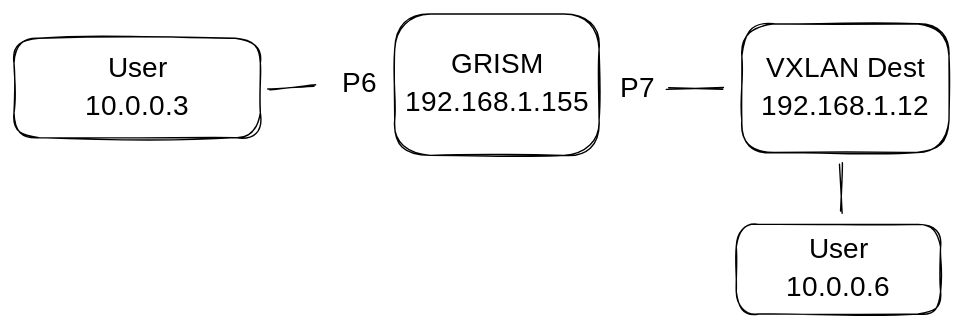
Above: .gitbook/assets/file.excalidraw (1).svg in PacketX/GRISM-XML (Excalidraw), before the change. Source tidied: one line per element, renumbered; positions are measured from the earlier drawing's top-left corner, leaving out a move shared by most shapes.
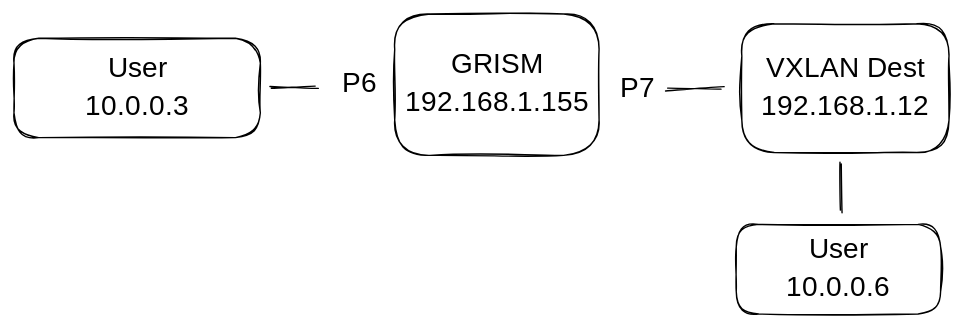
After the change.

The edit, as a diff of the source:
```diff
@@ -1,13 +1,13 @@
-{"id": 0, "type": "rectangle", "strokeColor": "#000000", "strokeWidth": 1, "roughness": 1, "round": true, "x": 272, "y": 0, "width": 146, "height": 101}
+{"id": 13, "type": "rectangle", "strokeColor": "#000000", "strokeWidth": 1, "roughness": 1, "round": true, "x": 272, "y": 0, "width": 146, "height": 101}
-{"id": 1, "type": "text", "text": "GRISM\n192.168.1.155", "strokeColor": "#000000", "strokeWidth": 1, "roughness": 1, "fontSize": 20, "fontFamily": 1, "textAlign": "center", "verticalAlign": "middle", "inside": 0, "x": 286, "y": 24, "width": 119, "height": 54}
+{"id": 1, "type": "text", "text": "GRISM\n192.168.1.155", "strokeColor": "#000000", "strokeWidth": 1, "roughness": 1, "fontSize": 20, "fontFamily": 1, "textAlign": "center", "verticalAlign": "middle", "inside": 13, "x": 286, "y": 23, "width": 119, "height": 54}
-{"id": 2, "type": "rectangle", "strokeColor": "#000000", "strokeWidth": 1, "roughness": 1, "round": true, "x": 520, "y": 7, "width": 148, "height": 92}
+{"id": 14, "type": "rectangle", "strokeColor": "#000000", "strokeWidth": 1, "roughness": 1, "round": true, "x": 520, "y": 7, "width": 148, "height": 92}
-{"id": 3, "type": "text", "text": "VXLAN Dest\n192.168.1.12", "strokeColor": "#000000", "strokeWidth": 1, "roughness": 1, "fontSize": 20, "fontFamily": 1, "textAlign": "center", "verticalAlign": "middle", "inside": 2, "x": 534, "y": 26, "width": 120, "height": 54}
+{"id": 3, "type": "text", "text": "VXLAN Dest\n192.168.1.12", "strokeColor": "#000000", "strokeWidth": 1, "roughness": 1, "fontSize": 20, "fontFamily": 1, "textAlign": "center", "verticalAlign": "middle", "inside": 14, "x": 534, "y": 26, "width": 120, "height": 54}
 {"id": 4, "type": "text", "text": "P6", "strokeColor": "#000000", "strokeWidth": 1, "roughness": 1, "fontSize": 20, "fontFamily": 1, "x": 234, "y": 38, "width": 28, "height": 25}
 {"id": 5, "type": "text", "text": "P7", "strokeColor": "#000000", "strokeWidth": 1, "roughness": 1, "fontSize": 20, "fontFamily": 1, "x": 433, "y": 41, "width": 26, "height": 25}
-{"id": 6, "type": "line", "strokeColor": "#000000", "strokeWidth": 1, "roughness": 1, "round": true, "x": 467, "y": 54, "width": 39, "height": 1, "points": [[0, 0], [39, -1]]}
-{"id": 7, "type": "line", "strokeColor": "#000000", "strokeWidth": 1, "roughness": 1, "round": true, "x": 183, "y": 53, "width": 33, "height": 2, "points": [[0, 0], [33, -2]]}
-{"id": 8, "type": "rectangle", "strokeColor": "#000000", "strokeWidth": 1, "roughness": 1, "round": true, "x": 0, "y": 17, "width": 176, "height": 71}
+{"id": 15, "type": "line", "strokeColor": "#000000", "strokeWidth": 1, "roughness": 1, "round": true, "x": 467, "y": 54, "width": 39, "height": 1, "points": [[0, 0], [39, -1]]}
+{"id": 16, "type": "line", "strokeColor": "#000000", "strokeWidth": 1, "roughness": 1, "round": true, "x": 183, "y": 53, "width": 33, "height": 2, "points": [[0, 0], [33, -2]]}
+{"id": 17, "type": "rectangle", "strokeColor": "#000000", "strokeWidth": 1, "roughness": 1, "round": true, "x": 0, "y": 17, "width": 176, "height": 71}
-{"id": 9, "type": "text", "text": "User\n10.0.0.3", "strokeColor": "#000000", "strokeWidth": 1, "roughness": 1, "fontSize": 20, "fontFamily": 1, "textAlign": "center", "verticalAlign": "middle", "inside": 8, "x": 48, "y": 26, "width": 79, "height": 54}
+{"id": 9, "type": "text", "text": "User\n10.0.0.3", "strokeColor": "#000000", "strokeWidth": 1, "roughness": 1, "fontSize": 20, "fontFamily": 1, "textAlign": "center", "verticalAlign": "middle", "inside": 17, "x": 48, "y": 26, "width": 79, "height": 54}
-{"id": 10, "type": "rectangle", "strokeColor": "#000000", "strokeWidth": 1, "roughness": 1, "round": true, "x": 516, "y": 150, "width": 146, "height": 64}
+{"id": 18, "type": "rectangle", "strokeColor": "#000000", "strokeWidth": 1, "roughness": 1, "round": true, "x": 516, "y": 150, "width": 146, "height": 64}
-{"id": 11, "type": "text", "text": "User\n10.0.0.6", "strokeColor": "#000000", "strokeWidth": 1, "roughness": 1, "fontSize": 20, "fontFamily": 1, "textAlign": "center", "verticalAlign": "middle", "inside": 10, "x": 550, "y": 155, "width": 78, "height": 54}
+{"id": 11, "type": "text", "text": "User\n10.0.0.6", "strokeColor": "#000000", "strokeWidth": 1, "roughness": 1, "fontSize": 20, "fontFamily": 1, "textAlign": "center", "verticalAlign": "middle", "inside": 18, "x": 550, "y": 155, "width": 78, "height": 54}
-{"id": 12, "type": "line", "strokeColor": "#000000", "strokeWidth": 1, "roughness": 1, "round": true, "x": 590, "y": 107, "width": 2, "height": 34, "points": [[0, 0], [2, 34]]}
+{"id": 19, "type": "line", "strokeColor": "#000000", "strokeWidth": 1, "roughness": 1, "round": true, "x": 590, "y": 107, "width": 2, "height": 34, "points": [[0, 0], [2, 34]]}
```
